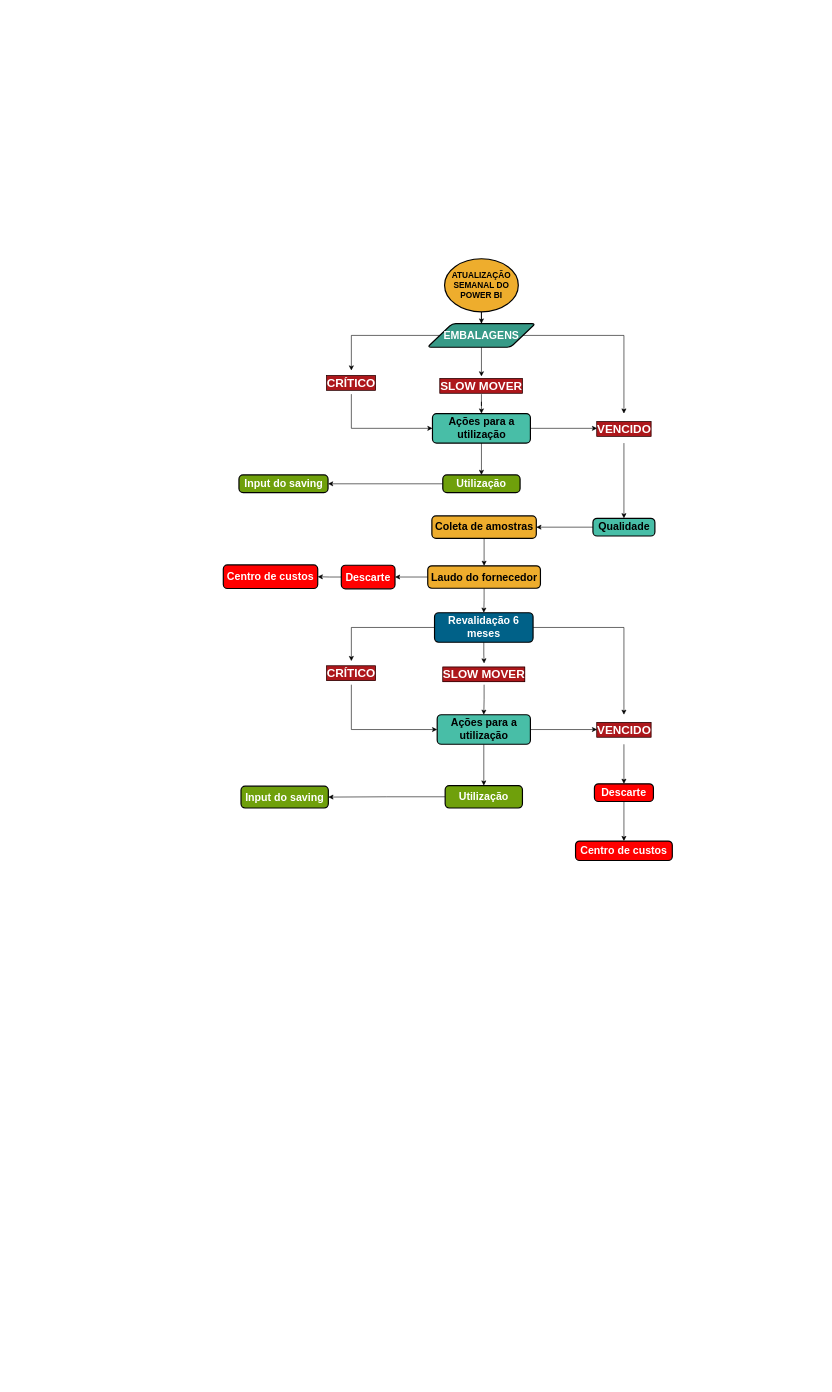
Earlier version of the draw.io diagram page "Embalagens" (4 of 5) of Untitled Diagram.drawio (geovanafsantos/ascoisatudo). Source tidied: cells renumbered, new cells numbered last; positions are measured from the earlier drawing's top-left corner, leaving out a move shared by most shapes. Both pictures are drawn from the tidied source at 59%, with x=0, y=0 at pixel (223, 258).
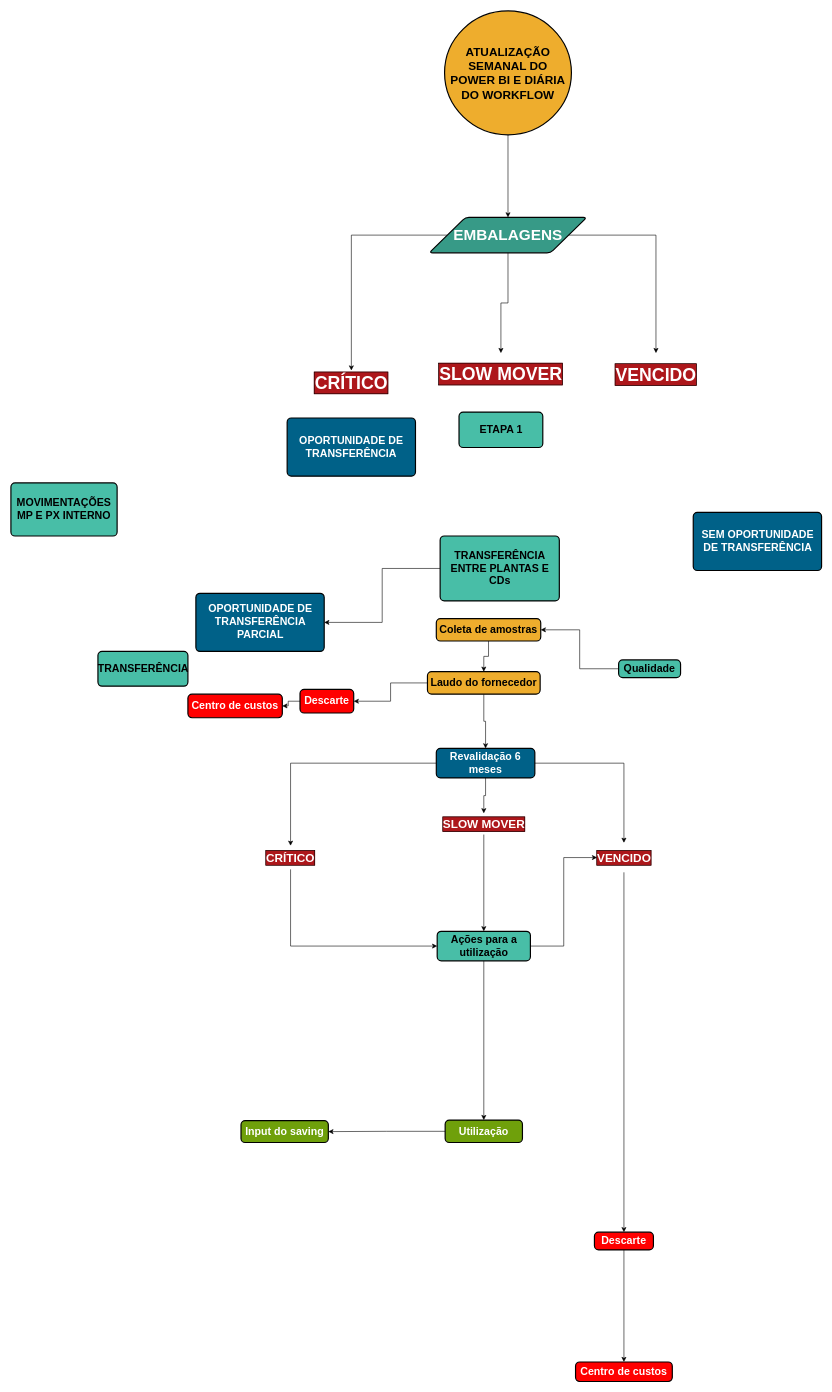
Above is the later version.

What changed in the source:
```diff
@@
-    <mxCell id="3" value="&lt;font style=&quot;font-size: 14px&quot;&gt;ATUALIZAÇÃO SEMANAL DO POWER BI&lt;/font&gt;" style="strokeWidth=2;html=1;shape=mxgraph.flowchart.start_2;whiteSpace=wrap;fillColor=#EEAD2D;fontSize=14;fontStyle=1;" parent="1" vertex="1">
-      <mxGeometry x="375" width="125" height="90" as="geometry" />
+    <mxCell id="3" value="&lt;span style=&quot;font-size: 20px&quot;&gt;ATUALIZAÇÃO SEMANAL DO POWER BI E DIÁRIA DO WORKFLOW&lt;/span&gt;" style="strokeWidth=2;html=1;shape=mxgraph.flowchart.start_2;whiteSpace=wrap;fillColor=#EEAD2D;fontSize=14;fontStyle=1;" parent="1" vertex="1">
+      <mxGeometry x="375" y="-420" width="215" height="210" as="geometry" />
     </mxCell>
-    <mxCell id="4" style="edgeStyle=orthogonalEdgeStyle;rounded=0;jettySize=auto;html=1;entryX=0;entryY=0.5;entryDx=0;entryDy=0;fontSize=16;exitX=0.5;exitY=1;exitDx=0;exitDy=0;" parent="1" edge="1" source="5" target="39">
-      <mxGeometry relative="1" as="geometry" />
-    </mxCell>
-    <mxCell id="5" value="CRÍTICO" style="text;html=1;strokeColor=none;fillColor=none;align=center;verticalAlign=middle;whiteSpace=wrap;rounded=0;labelBackgroundColor=#AD171B;fontSize=20;labelBorderColor=#000000;fontStyle=1;fontColor=#FFFFFF;" parent="1" vertex="1">
+    <mxCell id="5" value="CRÍTICO" style="text;html=1;strokeColor=none;fillColor=none;align=center;verticalAlign=middle;whiteSpace=wrap;rounded=0;labelBackgroundColor=#AD171B;fontSize=30;labelBorderColor=#000000;fontStyle=1;fontColor=#FFFFFF;" parent="1" vertex="1">
       <mxGeometry x="171" y="189.5" width="92" height="40" as="geometry" />
     </mxCell>
-    <mxCell id="6" style="edgeStyle=orthogonalEdgeStyle;rounded=0;jettySize=auto;html=1;fontSize=16;" parent="1" edge="1" source="7" target="39">
-      <mxGeometry relative="1" as="geometry" />
-    </mxCell>
-    <mxCell id="7" value="SLOW MOVER" style="text;html=1;strokeColor=none;fillColor=none;align=center;verticalAlign=middle;whiteSpace=wrap;rounded=0;labelBackgroundColor=#AD171B;fontSize=20;labelBorderColor=#000000;fontStyle=1;fontColor=#FFFFFF;" parent="1" vertex="1">
-      <mxGeometry x="361" y="199.5" width="153" height="30" as="geometry" />
+    <mxCell id="7" value="SLOW MOVER" style="text;html=1;strokeColor=none;fillColor=none;align=center;verticalAlign=middle;whiteSpace=wrap;rounded=0;labelBackgroundColor=#AD171B;fontSize=30;labelBorderColor=#000000;fontStyle=1;fontColor=#FFFFFF;" parent="1" vertex="1">
+      <mxGeometry x="361" y="160" width="219" height="69.5" as="geometry" />
     </mxCell>
-    <mxCell id="8" style="edgeStyle=orthogonalEdgeStyle;rounded=0;jettySize=auto;html=1;entryX=0.5;entryY=0;entryDx=0;entryDy=0;fontSize=16;" parent="1" edge="1" source="9" target="11">
-      <mxGeometry relative="1" as="geometry" />
-    </mxCell>
-    <mxCell id="9" value="VENCIDO" style="text;html=1;strokeColor=none;fillColor=none;align=center;verticalAlign=middle;whiteSpace=wrap;rounded=0;labelBackgroundColor=#AD171B;fontSize=20;labelBorderColor=#000000;fontStyle=1;fontColor=#FFFFFF;" parent="1" vertex="1">
-      <mxGeometry x="633.5" y="262.5" width="91" height="50" as="geometry" />
+    <mxCell id="9" value="VENCIDO" style="text;html=1;strokeColor=none;fillColor=none;align=center;verticalAlign=middle;whiteSpace=wrap;rounded=0;labelBackgroundColor=#AD171B;fontSize=30;labelBorderColor=#000000;fontStyle=1;fontColor=#FFFFFF;" parent="1" vertex="1">
+      <mxGeometry x="670" y="160" width="126.5" height="72.5" as="geometry" />
     </mxCell>
@@
     <mxCell id="11" value="Qualidade" style="rounded=1;whiteSpace=wrap;html=1;absoluteArcSize=1;arcSize=14;strokeWidth=2;labelBackgroundColor=none;fontSize=18;fillColor=#48BEA7;fontStyle=1;fontColor=#000000;" parent="1" vertex="1">
-      <mxGeometry x="626.5" y="440" width="105" height="30" as="geometry" />
+      <mxGeometry x="670" y="680" width="105" height="30" as="geometry" />
     </mxCell>
@@
-    <mxCell id="15" value="&lt;font style=&quot;font-size: 18px;&quot;&gt;EMBALAGENS&lt;/font&gt;" style="shape=parallelogram;html=1;strokeWidth=2;perimeter=parallelogramPerimeter;whiteSpace=wrap;rounded=1;arcSize=12;size=0.23;fillColor=#379A87;fontSize=18;fontStyle=1;fontColor=#FFFFFF;" parent="1" vertex="1">
-      <mxGeometry x="346" y="110" width="183" height="40" as="geometry" />
+    <mxCell id="15" value="&lt;font style=&quot;font-size: 26px&quot;&gt;EMBALAGENS&lt;/font&gt;" style="shape=parallelogram;html=1;strokeWidth=2;perimeter=parallelogramPerimeter;whiteSpace=wrap;rounded=1;arcSize=12;size=0.23;fillColor=#379A87;fontSize=18;fontStyle=1;fontColor=#FFFFFF;" parent="1" vertex="1">
+      <mxGeometry x="349" y="-70" width="267" height="60" as="geometry" />
     </mxCell>
@@
     <mxCell id="17" value="Coleta de amostras" style="rounded=1;whiteSpace=wrap;html=1;absoluteArcSize=1;arcSize=14;strokeWidth=2;labelBackgroundColor=none;fontSize=18;fillColor=#EEAD2D;fontStyle=1;" parent="1" vertex="1">
-      <mxGeometry x="353.5" y="436" width="177" height="38" as="geometry" />
+      <mxGeometry x="361" y="610" width="177" height="38" as="geometry" />
     </mxCell>
@@
     <mxCell id="20" value="Laudo do fornecedor" style="rounded=1;whiteSpace=wrap;html=1;absoluteArcSize=1;arcSize=14;strokeWidth=2;labelBackgroundColor=none;fontSize=18;fillColor=#EEAD2D;fontStyle=1;" parent="1" vertex="1">
-      <mxGeometry x="346.5" y="520.5" width="191" height="38" as="geometry" />
+      <mxGeometry x="346" y="700" width="191" height="38" as="geometry" />
     </mxCell>
     <mxCell id="21" value="&lt;font style=&quot;font-size: 18px;&quot;&gt;Centro de custos&lt;/font&gt;" style="rounded=1;whiteSpace=wrap;html=1;absoluteArcSize=1;arcSize=14;strokeWidth=2;labelBackgroundColor=none;fontSize=18;fillColor=#FF0000;fontStyle=1;fontColor=#FFFFFF;" parent="1" vertex="1">
-      <mxGeometry y="519" width="160" height="40" as="geometry" />
+      <mxGeometry x="-60" y="738" width="160" height="40" as="geometry" />
     </mxCell>
@@
     <mxCell id="23" value="CRÍTICO" style="text;html=1;strokeColor=none;fillColor=none;align=center;verticalAlign=middle;whiteSpace=wrap;rounded=0;labelBackgroundColor=#AD171B;fontSize=20;labelBorderColor=#000000;fontStyle=1;fontColor=#FFFFFF;" parent="1" vertex="1">
-      <mxGeometry x="171" y="682" width="92" height="40" as="geometry" />
+      <mxGeometry x="68" y="995" width="92" height="40" as="geometry" />
     </mxCell>
@@
     <mxCell id="25" value="SLOW MOVER" style="text;html=1;strokeColor=none;fillColor=none;align=center;verticalAlign=middle;whiteSpace=wrap;rounded=0;labelBackgroundColor=#AD171B;fontSize=20;labelBorderColor=#000000;fontStyle=1;fontColor=#FFFFFF;" parent="1" vertex="1">
-      <mxGeometry x="368" y="686" width="148" height="36" as="geometry" />
+      <mxGeometry x="367.5" y="940" width="148" height="36" as="geometry" />
     </mxCell>
@@
     <mxCell id="27" value="VENCIDO" style="text;html=1;strokeColor=none;fillColor=none;align=center;verticalAlign=middle;whiteSpace=wrap;rounded=0;labelBackgroundColor=#AD171B;fontSize=20;labelBorderColor=#000000;fontStyle=1;fontColor=#FFFFFF;" parent="1" vertex="1">
-      <mxGeometry x="633.5" y="773" width="91" height="50" as="geometry" />
+      <mxGeometry x="633.5" y="990" width="91" height="50" as="geometry" />
     </mxCell>
@@
     <mxCell id="31" value="&lt;font style=&quot;font-size: 18px;&quot;&gt;Revalidação 6 meses&lt;/font&gt;" style="rounded=1;whiteSpace=wrap;html=1;absoluteArcSize=1;arcSize=14;strokeWidth=2;labelBackgroundColor=none;fontSize=18;align=center;fillColor=#006188;fontStyle=1;fontColor=#FFFFFF;" parent="1" vertex="1">
-      <mxGeometry x="358" y="600" width="167" height="50" as="geometry" />
+      <mxGeometry x="361" y="830" width="167" height="50" as="geometry" />
     </mxCell>
@@
     <mxCell id="33" value="&lt;font style=&quot;font-size: 18px;&quot;&gt;Descarte&lt;br style=&quot;font-size: 18px;&quot;&gt;&lt;/font&gt;" style="rounded=1;whiteSpace=wrap;html=1;absoluteArcSize=1;arcSize=14;strokeWidth=2;labelBackgroundColor=none;fontSize=18;align=center;fillColor=#FF0000;fontStyle=1;fontColor=#FFFFFF;" parent="1" vertex="1">
-      <mxGeometry x="200" y="519.5" width="91" height="40" as="geometry" />
+      <mxGeometry x="130" y="730" width="91" height="40" as="geometry" />
     </mxCell>
@@
     <mxCell id="35" value="&lt;font style=&quot;font-size: 18px;&quot;&gt;Descarte&lt;br style=&quot;font-size: 18px;&quot;&gt;&lt;/font&gt;" style="rounded=1;whiteSpace=wrap;html=1;absoluteArcSize=1;arcSize=14;strokeWidth=2;labelBackgroundColor=none;fontSize=18;align=center;fillColor=#FF0000;fontStyle=1;fontColor=#FFFFFF;" parent="1" vertex="1">
-      <mxGeometry x="629" y="890" width="100" height="30" as="geometry" />
+      <mxGeometry x="629" y="1650" width="100" height="30" as="geometry" />
     </mxCell>
     <mxCell id="36" value="&lt;font style=&quot;font-size: 18px;&quot;&gt;Centro de custos&lt;/font&gt;" style="rounded=1;whiteSpace=wrap;html=1;absoluteArcSize=1;arcSize=14;strokeWidth=2;labelBackgroundColor=none;fontSize=18;fillColor=#FF0000;fontStyle=1;fontColor=#FFFFFF;" parent="1" vertex="1">
-      <mxGeometry x="597" y="987" width="164" height="33" as="geometry" />
+      <mxGeometry x="597" y="1870" width="164" height="33" as="geometry" />
     </mxCell>
-    <mxCell id="37" style="edgeStyle=orthogonalEdgeStyle;rounded=0;jettySize=auto;html=1;entryX=0;entryY=0.5;entryDx=0;entryDy=0;fontSize=16;" parent="1" edge="1" source="39" target="9">
-      <mxGeometry relative="1" as="geometry" />
-    </mxCell>
-    <mxCell id="38" style="edgeStyle=orthogonalEdgeStyle;rounded=0;jettySize=auto;html=1;entryX=0.5;entryY=0;entryDx=0;entryDy=0;fontSize=16;" parent="1" edge="1" source="39" target="41">
-      <mxGeometry relative="1" as="geometry" />
-    </mxCell>
-    <mxCell id="39" value="Ações para a utilização" style="rounded=1;whiteSpace=wrap;html=1;absoluteArcSize=1;arcSize=14;strokeWidth=2;labelBackgroundColor=none;fontSize=18;fillColor=#48BEA7;fontStyle=1;fontColor=#000000;" parent="1" vertex="1">
-      <mxGeometry x="354.5" y="262.5" width="166" height="50" as="geometry" />
-    </mxCell>
-    <mxCell id="40" style="edgeStyle=orthogonalEdgeStyle;rounded=0;jettySize=auto;html=1;entryX=1;entryY=0.5;entryDx=0;entryDy=0;fontSize=16;" parent="1" edge="1" source="41" target="42">
-      <mxGeometry relative="1" as="geometry" />
-    </mxCell>
-    <mxCell id="41" value="Utilização" style="rounded=1;whiteSpace=wrap;html=1;absoluteArcSize=1;arcSize=14;strokeWidth=2;labelBackgroundColor=none;fontSize=18;fillColor=#6FA00B;fontStyle=1;fontColor=#FFFFFF;" parent="1" vertex="1">
-      <mxGeometry x="372" y="366.5" width="131" height="30" as="geometry" />
-    </mxCell>
-    <mxCell id="42" value="Input do saving" style="rounded=1;whiteSpace=wrap;html=1;absoluteArcSize=1;arcSize=14;strokeWidth=2;labelBackgroundColor=none;fontSize=18;fillColor=#6FA00B;fontStyle=1;fontColor=#FFFFFF;" parent="1" vertex="1">
-      <mxGeometry x="26.5" y="366.5" width="151" height="30" as="geometry" />
-    </mxCell>
@@
     <mxCell id="45" value="Ações para a utilização" style="rounded=1;whiteSpace=wrap;html=1;absoluteArcSize=1;arcSize=14;strokeWidth=2;labelBackgroundColor=none;fontSize=18;fillColor=#48BEA7;fontStyle=1;fontColor=#000000;" parent="1" vertex="1">
-      <mxGeometry x="362.5" y="773" width="158" height="50" as="geometry" />
+      <mxGeometry x="362.5" y="1140" width="158" height="50" as="geometry" />
     </mxCell>
@@
     <mxCell id="47" value="Utilização" style="rounded=1;whiteSpace=wrap;html=1;absoluteArcSize=1;arcSize=14;strokeWidth=2;labelBackgroundColor=none;fontSize=18;fillColor=#6FA00B;fontStyle=1;fontColor=#FFFFFF;" parent="1" vertex="1">
-      <mxGeometry x="376" y="893" width="131" height="38" as="geometry" />
+      <mxGeometry x="376" y="1460" width="131" height="38" as="geometry" />
     </mxCell>
     <mxCell id="48" value="Input do saving" style="rounded=1;whiteSpace=wrap;html=1;absoluteArcSize=1;arcSize=14;strokeWidth=2;labelBackgroundColor=none;fontSize=18;fillColor=#6FA00B;fontStyle=1;fontColor=#FFFFFF;" parent="1" vertex="1">
-      <mxGeometry x="30" y="894" width="148" height="37" as="geometry" />
+      <mxGeometry x="30" y="1461" width="148" height="37" as="geometry" />
     </mxCell>
+    <mxCell id="49" style="edgeStyle=orthogonalEdgeStyle;rounded=0;jettySize=auto;html=1;fontSize=30;" parent="1" edge="1" source="50" target="53">
+      <mxGeometry relative="1" as="geometry" />
+    </mxCell>
+    <mxCell id="50" value="TRANSFERÊNCIA ENTRE PLANTAS E CDs" style="rounded=1;whiteSpace=wrap;html=1;absoluteArcSize=1;arcSize=14;strokeWidth=2;labelBackgroundColor=none;fontSize=18;fillColor=#48BEA7;strokeColor=#000000;fontStyle=1;" parent="1" vertex="1">
+      <mxGeometry x="367.5" y="470" width="202" height="110" as="geometry" />
+    </mxCell>
+    <mxCell id="51" value="ETAPA 1" style="rounded=1;whiteSpace=wrap;html=1;absoluteArcSize=1;arcSize=14;strokeWidth=2;labelBackgroundColor=none;fontSize=18;fillColor=#48BEA7;strokeColor=#000000;fontStyle=1;" parent="1" vertex="1">
+      <mxGeometry x="399.5" y="260" width="142" height="60" as="geometry" />
+    </mxCell>
+    <mxCell id="52" value="SEM OPORTUNIDADE DE TRANSFERÊNCIA" style="rounded=1;whiteSpace=wrap;html=1;absoluteArcSize=1;arcSize=14;strokeWidth=2;labelBackgroundColor=none;fontSize=18;fillColor=#006188;strokeColor=#000000;fontStyle=1;fontColor=#FFFFFF;" parent="1" vertex="1">
+      <mxGeometry x="796.5" y="430" width="217.5" height="98.5" as="geometry" />
+    </mxCell>
+    <mxCell id="53" value="OPORTUNIDADE DE TRANSFERÊNCIA PARCIAL" style="rounded=1;whiteSpace=wrap;html=1;absoluteArcSize=1;arcSize=14;strokeWidth=2;labelBackgroundColor=none;fontSize=18;fillColor=#006188;strokeColor=#000000;fontStyle=1;fontColor=#FFFFFF;" parent="1" vertex="1">
+      <mxGeometry x="-46.5" y="567.1" width="217.5" height="98.5" as="geometry" />
+    </mxCell>
+    <mxCell id="54" value="TRANSFERÊNCIA" style="rounded=1;whiteSpace=wrap;html=1;absoluteArcSize=1;arcSize=14;strokeWidth=2;labelBackgroundColor=none;fontSize=18;fillColor=#48BEA7;strokeColor=#000000;fontStyle=1;" parent="1" vertex="1">
+      <mxGeometry x="-212.5" y="665.6" width="152.5" height="58.9" as="geometry" />
+    </mxCell>
+    <mxCell id="55" value="MOVIMENTAÇÕES MP E PX INTERNO" style="rounded=1;whiteSpace=wrap;html=1;absoluteArcSize=1;arcSize=14;strokeWidth=2;labelBackgroundColor=none;fontSize=18;fillColor=#48BEA7;strokeColor=#000000;fontStyle=1;" parent="1" vertex="1">
+      <mxGeometry x="-360" y="380" width="180" height="90" as="geometry" />
+    </mxCell>
+    <mxCell id="56" value="OPORTUNIDADE DE TRANSFERÊNCIA" style="rounded=1;whiteSpace=wrap;html=1;absoluteArcSize=1;arcSize=14;strokeWidth=2;labelBackgroundColor=none;fontSize=18;fillColor=#006188;strokeColor=#000000;fontStyle=1;fontColor=#FFFFFF;" parent="1" vertex="1">
+      <mxGeometry x="108.2" y="270" width="217.5" height="98.5" as="geometry" />
+    </mxCell>
```
